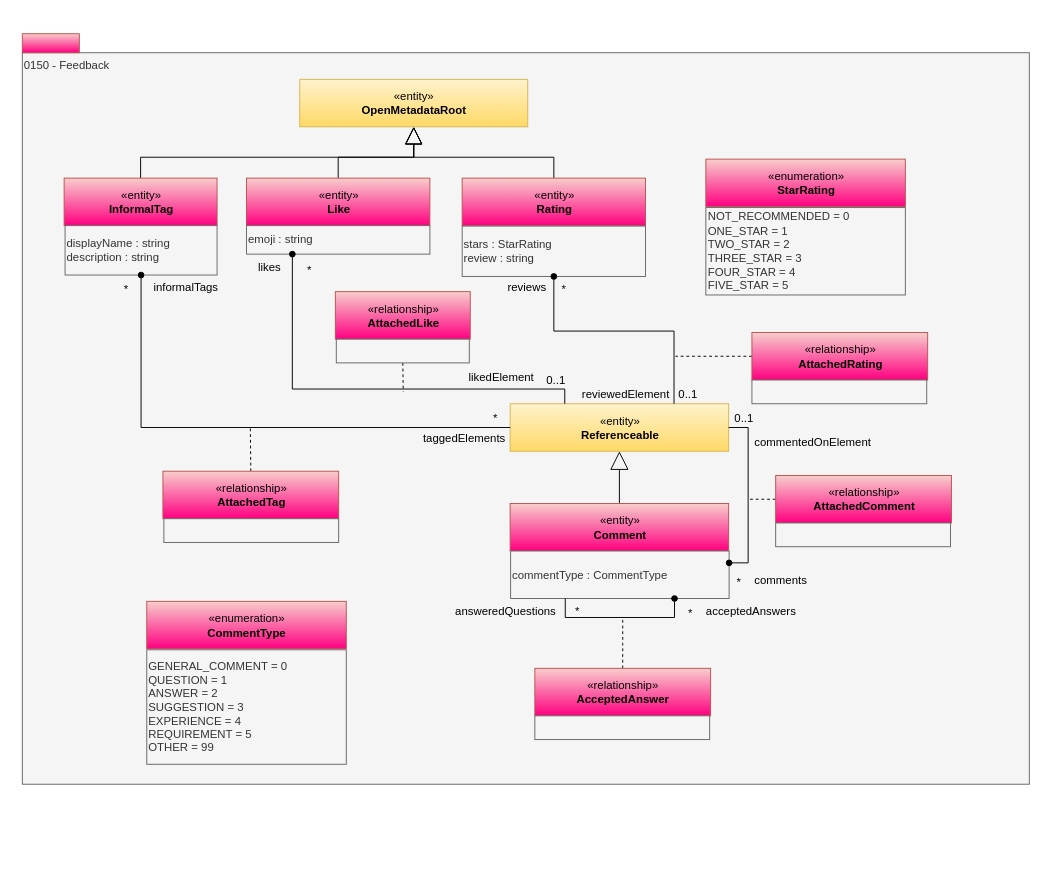
Above: page "0150-Feedback" (14 of 16) of site/docs/types/1/area-1-collaboration.drawio in odpi/egeria-docs (draw.io), before the change. Source tidied: cells renumbered, new cells numbered last; positions are measured from the earlier drawing's top-left corner, leaving out a move shared by most shapes. Both pictures are drawn from the tidied source at 95%, with x=0, y=0 at pixel (22, 33).
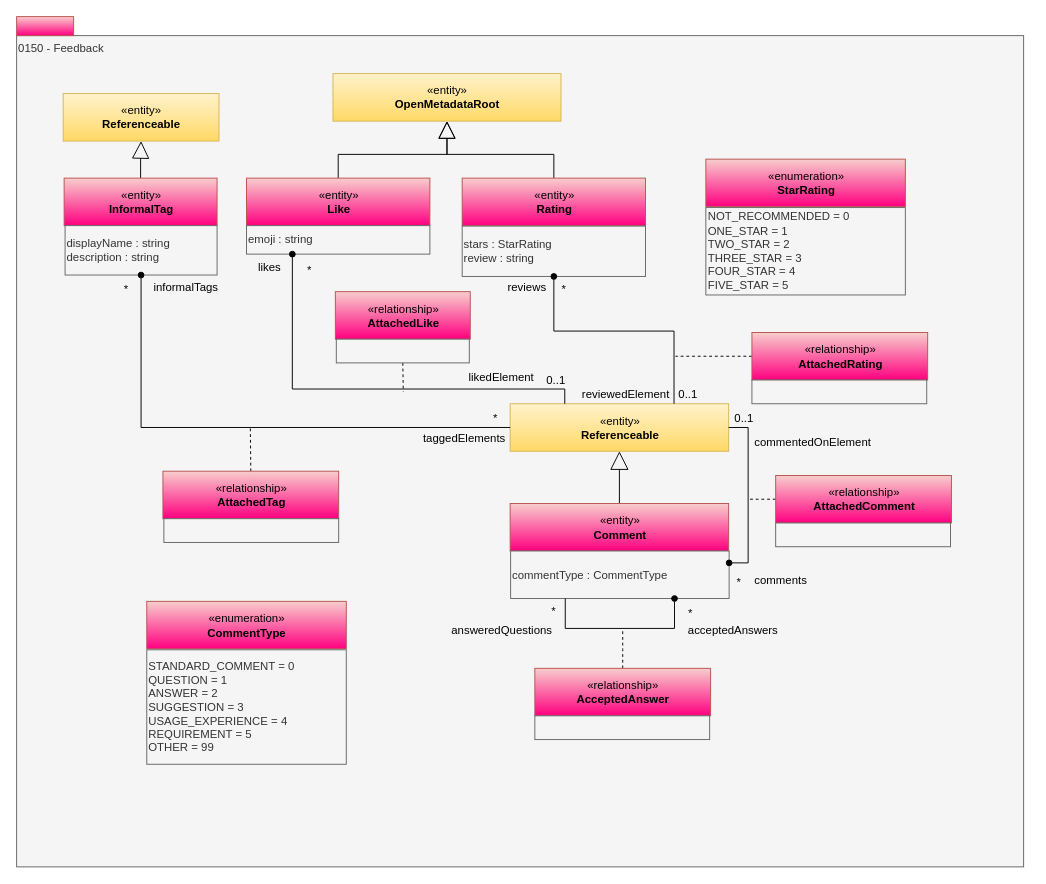
After the change.

The change refers to these unchanged cells:
```xml
<mxCell id="6" value="commentType : CommentType" style="rounded=0;whiteSpace=wrap;html=1;align=left;fillColor=#f5f5f5;fontColor=#333333;strokeColor=#666666;" parent="1" vertex="1">
  <mxGeometry x="514" y="544.5" width="230" height="50" as="geometry" />
</mxCell>
<mxCell id="41" value="«entity»&lt;br&gt;&lt;b&gt;InformalTag&lt;/b&gt;" style="html=1;strokeColor=#b85450;align=center;fillColor=#f8cecc;gradientColor=#FF0080;" parent="1" vertex="1">
  <mxGeometry x="44" y="152" width="161" height="50" as="geometry" />
</mxCell>
<mxCell id="55" value="«relationship»&lt;br&gt;&lt;b&gt;AcceptedAnswer&lt;/b&gt;" style="html=1;strokeColor=#b85450;align=center;fillColor=#f8cecc;gradientColor=#FF0080;" parent="1" vertex="1">
  <mxGeometry x="539.5" y="668" width="185" height="50" as="geometry" />
</mxCell>
```

Diff of the diagram source:
```diff
@@
     <mxCell id="2" value="0150 - Feedback" style="rounded=0;whiteSpace=wrap;html=1;align=left;verticalAlign=top;fillColor=#f5f5f5;fontColor=#333333;strokeColor=#666666;" parent="1" vertex="1">
-      <mxGeometry y="20" width="1060" height="770" as="geometry" />
+      <mxGeometry x="-6" y="2" width="1060" height="875" as="geometry" />
     </mxCell>
@@
     <mxCell id="5" style="html=1;strokeColor=#b85450;align=center;fillColor=#f8cecc;gradientColor=#FF0080;" parent="1" vertex="1">
-      <mxGeometry width="60" height="20" as="geometry" />
+      <mxGeometry x="-6" y="-18" width="60" height="20" as="geometry" />
     </mxCell>
@@
-    <mxCell id="19" value="&lt;div style=&quot;text-align: left&quot;&gt;GENERAL_COMMENT = 0&lt;/div&gt;&lt;div style=&quot;text-align: left&quot;&gt;QUESTION = 1&lt;/div&gt;&lt;div style=&quot;text-align: left&quot;&gt;ANSWER = 2&lt;/div&gt;&lt;div style=&quot;text-align: left&quot;&gt;SUGGESTION = 3&lt;/div&gt;&lt;div style=&quot;text-align: left&quot;&gt;&lt;span&gt;EXPERIENCE = 4&lt;/span&gt;&lt;/div&gt;&lt;div style=&quot;text-align: left&quot;&gt;&lt;span&gt;REQUIREMENT = 5&lt;/span&gt;&lt;/div&gt;&lt;div style=&quot;text-align: left&quot;&gt;&lt;span&gt;OTHER = 99&lt;/span&gt;&lt;br&gt;&lt;/div&gt;" style="rounded=0;whiteSpace=wrap;html=1;strokeColor=#666666;align=left;fillColor=#f5f5f5;fontColor=#333333;" parent="1" vertex="1">
+    <mxCell id="19" value="&lt;div style=&quot;text-align: left&quot;&gt;STANDARD_COMMENT = 0&lt;/div&gt;&lt;div style=&quot;text-align: left&quot;&gt;QUESTION = 1&lt;/div&gt;&lt;div style=&quot;text-align: left&quot;&gt;ANSWER = 2&lt;/div&gt;&lt;div style=&quot;text-align: left&quot;&gt;SUGGESTION = 3&lt;/div&gt;&lt;div style=&quot;text-align: left&quot;&gt;&lt;span&gt;USAGE_EXPERIENCE = 4&lt;/span&gt;&lt;/div&gt;&lt;div style=&quot;text-align: left&quot;&gt;&lt;span&gt;REQUIREMENT = 5&lt;/span&gt;&lt;/div&gt;&lt;div style=&quot;text-align: left&quot;&gt;&lt;span&gt;OTHER = 99&lt;/span&gt;&lt;br&gt;&lt;/div&gt;" style="rounded=0;whiteSpace=wrap;html=1;strokeColor=#666666;align=left;fillColor=#f5f5f5;fontColor=#333333;" parent="1" vertex="1">
       <mxGeometry x="131" y="648.5" width="210" height="120.5" as="geometry" />
     </mxCell>
@@
-    <mxCell id="40" style="edgeStyle=orthogonalEdgeStyle;rounded=0;jettySize=auto;html=1;exitX=0.5;exitY=0;exitDx=0;exitDy=0;entryX=0.5;entryY=1;entryDx=0;entryDy=0;endArrow=block;endFill=0;endSize=16;" parent="1" edge="1" source="41" target="57">
+    <mxCell id="40" style="edgeStyle=orthogonalEdgeStyle;rounded=0;jettySize=auto;html=1;exitX=0.5;exitY=0;exitDx=0;exitDy=0;endArrow=block;endFill=0;endSize=16;" parent="1" edge="1" source="41" target="62">
       <mxGeometry relative="1" as="geometry" />
     </mxCell>
@@
     <mxCell id="49" style="edgeStyle=orthogonalEdgeStyle;rounded=0;html=1;exitX=0.25;exitY=1;entryX=0.75;entryY=1;endArrow=oval;endFill=1;jettySize=auto;orthogonalLoop=1;" parent="1" edge="1" source="6" target="6">
-      <mxGeometry relative="1" as="geometry" />
+      <mxGeometry relative="1" as="geometry">
+        <Array as="points">
+          <mxPoint x="572" y="626" />
+          <mxPoint x="687" y="626" />
+        </Array>
+      </mxGeometry>
     </mxCell>
@@
     <mxCell id="51" value="acceptedAnswers" style="text;html=1;align=left;verticalAlign=top;spacingTop=-4;" parent="1" vertex="1">
-      <mxGeometry x="718" y="598" width="110" height="20" as="geometry" />
+      <mxGeometry x="698.5" y="617.5" width="110" height="20" as="geometry" />
     </mxCell>
     <mxCell id="52" value="*" style="text;html=1;align=center;verticalAlign=top;spacingTop=-4;" parent="1" vertex="1">
-      <mxGeometry x="574" y="597.5" width="20" height="20" as="geometry" />
+      <mxGeometry x="549" y="597.5" width="20" height="20" as="geometry" />
     </mxCell>
     <mxCell id="53" value="answeredQuestions" style="text;html=1;align=left;verticalAlign=top;spacingTop=-4;" parent="1" vertex="1">
-      <mxGeometry x="453.5" y="598" width="120" height="20" as="geometry" />
+      <mxGeometry x="450" y="617.5" width="120" height="20" as="geometry" />
     </mxCell>
     <mxCell id="54" style="edgeStyle=orthogonalEdgeStyle;rounded=0;html=1;endArrow=none;endFill=0;jettySize=auto;dashed=1;" parent="1" edge="1" source="55">
       <mxGeometry relative="1" as="geometry">
-        <mxPoint x="632" y="614.5" as="targetPoint" />
+        <mxPoint x="632" y="627" as="targetPoint" />
       </mxGeometry>
     </mxCell>
@@
     <mxCell id="57" value="«entity»&lt;br&gt;&lt;b&gt;OpenMetadataRoot&lt;/b&gt;" style="html=1;strokeColor=#d6b656;align=center;fillColor=#fff2cc;gradientColor=#ffd966;" parent="1" vertex="1">
-      <mxGeometry x="292" y="48" width="240" height="50" as="geometry" />
+      <mxGeometry x="327" y="42" width="240" height="50" as="geometry" />
     </mxCell>
@@
+    <mxCell id="62" value="«entity»&lt;br&gt;&lt;b&gt;Referenceable&lt;/b&gt;" style="html=1;strokeColor=#d6b656;align=center;fillColor=#fff2cc;gradientColor=#ffd966;" parent="1" vertex="1">
+      <mxGeometry x="43" y="63" width="164" height="50" as="geometry" />
+    </mxCell>
```
